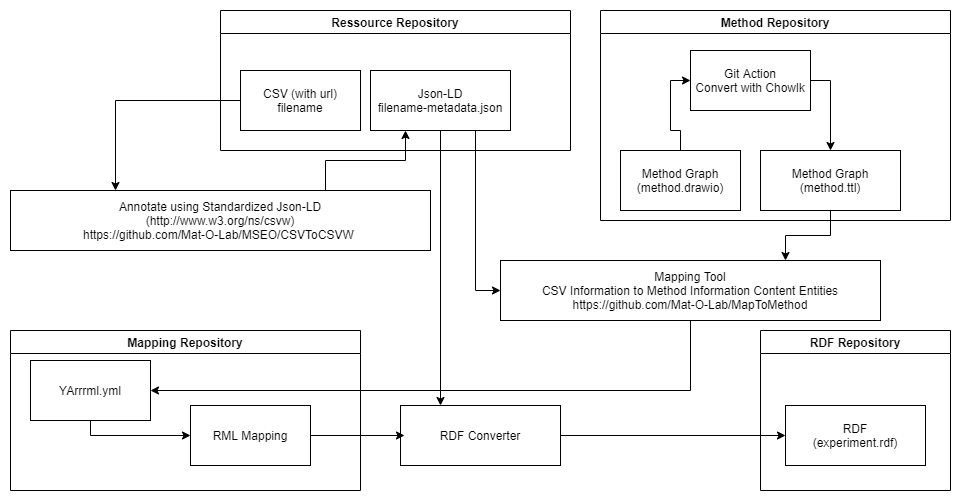
Above: tools/RDF_Pipeline.png in Mat-O-Lab/MSEO (draw.io), before the change. Source tidied: cells renumbered, new cells last; positions are measured from the earlier drawing's top-left corner, leaving out a move shared by most shapes.
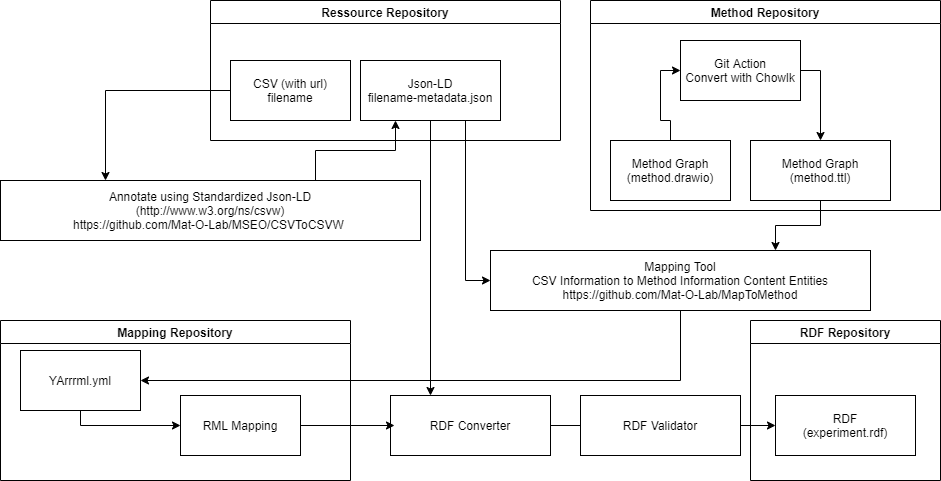
The same diagram one commit later.

Diff of the diagram source:
```diff
@@ -76,10 +76,10 @@
     <mxCell id="23" style="edgeStyle=orthogonalEdgeStyle;rounded=0;jettySize=auto;html=1;exitX=0.5;exitY=1;exitDx=0;exitDy=0;entryX=0.75;entryY=0;entryDx=0;entryDy=0;" parent="1" edge="1" source="11" target="15">
       <mxGeometry relative="1" as="geometry" />
     </mxCell>
-    <mxCell id="24" style="edgeStyle=orthogonalEdgeStyle;rounded=0;jettySize=auto;html=1;exitX=1;exitY=0.5;exitDx=0;exitDy=0;entryX=0;entryY=0.5;entryDx=0;entryDy=0;" parent="1" edge="1" source="25" target="21">
+    <mxCell id="24" style="edgeStyle=orthogonalEdgeStyle;rounded=0;jettySize=auto;html=1;exitX=1;exitY=0.5;exitDx=0;exitDy=0;entryX=0;entryY=0.5;entryDx=0;entryDy=0;startArrow=none;" parent="1" edge="1" source="28" target="21">
       <mxGeometry relative="1" as="geometry" />
     </mxCell>
-    <mxCell id="25" value="RDF Converter" style="rounded=0;whiteSpace=wrap;html=1;" parent="1" vertex="1">
+    <mxCell id="25" value="RDF Converter" style="rounded=0;whiteSpace=wrap;html=1;fillColor=default;strokeColor=default;fontColor=default;" parent="1" vertex="1">
       <mxGeometry x="390" y="395" width="160" height="60" as="geometry" />
     </mxCell>
     <mxCell id="26" style="edgeStyle=orthogonalEdgeStyle;rounded=0;jettySize=auto;html=1;exitX=0.5;exitY=1;exitDx=0;exitDy=0;entryX=0.25;entryY=0;entryDx=0;entryDy=0;" parent="1" edge="1" source="7" target="25">
@@ -90,5 +90,11 @@
         <mxPoint x="394" y="425" as="targetPoint" />
       </mxGeometry>
     </mxCell>
+    <mxCell id="28" value="RDF Validator" style="rounded=0;whiteSpace=wrap;html=1;fillColor=default;strokeColor=default;fontColor=default;" parent="1" vertex="1">
+      <mxGeometry x="580" y="395" width="160" height="60" as="geometry" />
+    </mxCell>
+    <mxCell id="29" style="edgeStyle=orthogonalEdgeStyle;rounded=0;jettySize=auto;html=1;exitX=1;exitY=0.5;exitDx=0;exitDy=0;endArrow=none;strokeColor=default;labelBackgroundColor=default;fontColor=default;entryX=0;entryY=0.5;entryDx=0;entryDy=0;" parent="1" edge="1" source="25" target="28">
+      <mxGeometry relative="1" as="geometry" />
+    </mxCell>
   </root>
 </mxGraphModel>
```
